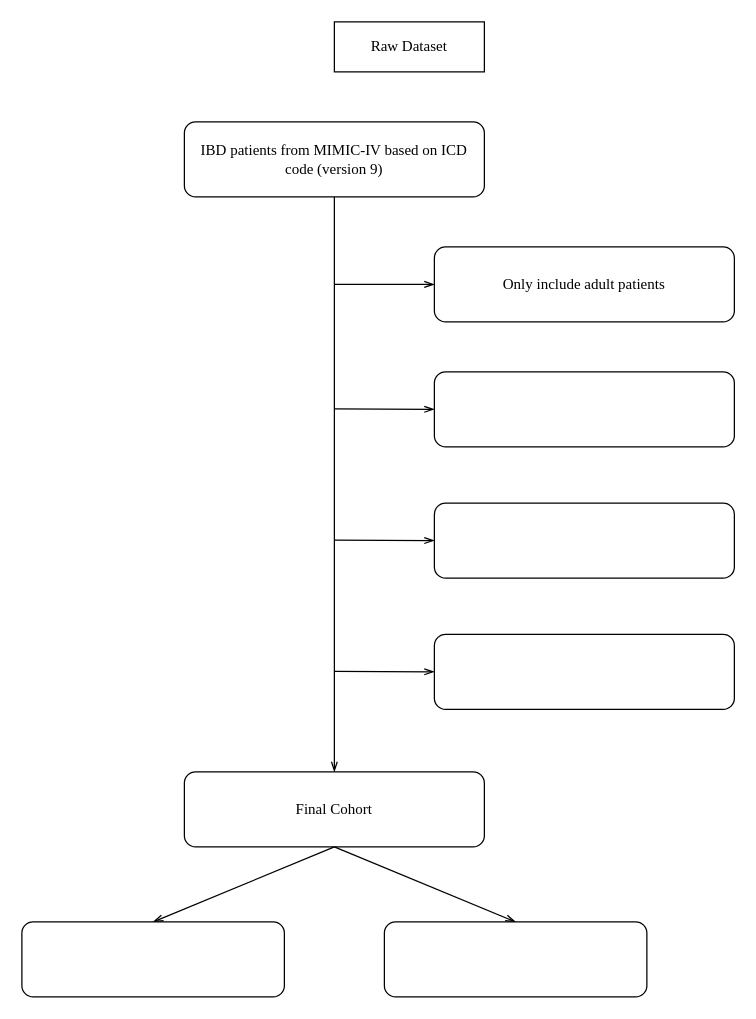
Earlier version of the draw.io diagram procedures.drawio (sitdownkevin/ImageHosting). Source tidied: cells renumbered, new cells numbered last; positions are measured from the earlier drawing's top-left corner, leaving out a move shared by most shapes. Both pictures are drawn from the tidied source at 125%, with x=0, y=0 at pixel (21, 21).
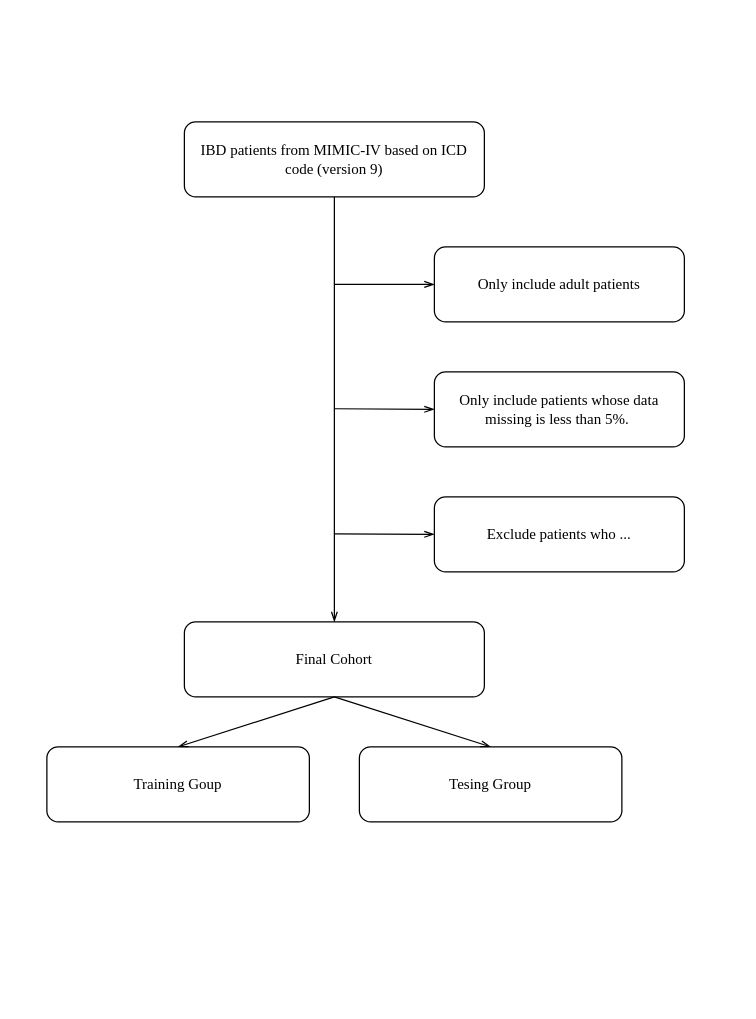
After the change.

The change refers to these unchanged cells:
```xml
<mxCell id="3" value="IBD patients from MIMIC-IV based on ICD code (version 9)" style="rounded=1;whiteSpace=wrap;html=1;fontFamily=Times New Roman;" parent="1" vertex="1">
  <mxGeometry x="130" y="80" width="240" height="60" as="geometry" />
</mxCell>
```

The edit, as a diff of the source:
```diff
@@
-    <mxCell id="2" style="rounded=0;jettySize=auto;html=1;endArrow=openThin;endFill=0;" parent="1" edge="1" source="3" target="5">
+    <mxCell id="2" style="rounded=0;jettySize=auto;html=1;endArrow=openThin;endFill=0;fontFamily=Times New Roman;" parent="1" edge="1" source="3" target="5">
       <mxGeometry relative="1" as="geometry" />
     </mxCell>
@@
-    <mxCell id="4" value="Raw Dataset" style="rounded=0;whiteSpace=wrap;html=1;fontFamily=Times New Roman;" parent="1" vertex="1">
-      <mxGeometry x="250" width="120" height="40" as="geometry" />
-    </mxCell>
     <mxCell id="5" value="Final Cohort" style="rounded=1;whiteSpace=wrap;html=1;fontFamily=Times New Roman;" parent="1" vertex="1">
-      <mxGeometry x="130" y="600" width="240" height="60" as="geometry" />
+      <mxGeometry x="130" y="480" width="240" height="60" as="geometry" />
     </mxCell>
     <mxCell id="6" value="Only include adult patients" style="rounded=1;whiteSpace=wrap;html=1;fontFamily=Times New Roman;" parent="1" vertex="1">
-      <mxGeometry x="330" y="180" width="240" height="60" as="geometry" />
+      <mxGeometry x="330" y="180" width="200" height="60" as="geometry" />
     </mxCell>
-    <mxCell id="7" style="rounded=1;whiteSpace=wrap;html=1;" parent="1" vertex="1">
-      <mxGeometry x="330" y="280" width="240" height="60" as="geometry" />
+    <mxCell id="7" value="Only include patients whose data missing is less than 5%.&amp;nbsp;" style="rounded=1;whiteSpace=wrap;html=1;fontFamily=Times New Roman;" parent="1" vertex="1">
+      <mxGeometry x="330" y="280" width="200" height="60" as="geometry" />
     </mxCell>
-    <mxCell id="8" style="rounded=1;whiteSpace=wrap;html=1;" parent="1" vertex="1">
-      <mxGeometry x="330" y="385" width="240" height="60" as="geometry" />
-    </mxCell>
-    <mxCell id="9" style="rounded=1;whiteSpace=wrap;html=1;" parent="1" vertex="1">
-      <mxGeometry x="330" y="490" width="240" height="60" as="geometry" />
+    <mxCell id="9" value="Exclude patients who ..." style="rounded=1;whiteSpace=wrap;html=1;fontFamily=Times New Roman;" parent="1" vertex="1">
+      <mxGeometry x="330" y="380" width="200" height="60" as="geometry" />
     </mxCell>
-    <mxCell id="10" style="endArrow=openThin;html=1;rounded=0;entryX=0;entryY=0.5;entryDx=0;entryDy=0;endFill=0;" parent="1" edge="1" target="6">
+    <mxCell id="10" style="endArrow=openThin;html=1;rounded=0;entryX=0;entryY=0.5;entryDx=0;entryDy=0;endFill=0;fontFamily=Times New Roman;" parent="1" edge="1" target="6">
       <mxGeometry relative="1" as="geometry">
         <mxPoint x="250" y="210" as="sourcePoint" />
       </mxGeometry>
     </mxCell>
-    <mxCell id="11" style="endArrow=openThin;html=1;rounded=0;entryX=0;entryY=0.5;entryDx=0;entryDy=0;endFill=0;" parent="1" edge="1" target="7">
+    <mxCell id="11" style="endArrow=openThin;html=1;rounded=0;entryX=0;entryY=0.5;entryDx=0;entryDy=0;endFill=0;fontFamily=Times New Roman;" parent="1" edge="1" target="7">
       <mxGeometry relative="1" as="geometry">
         <mxPoint x="250" y="309.5" as="sourcePoint" />
       </mxGeometry>
     </mxCell>
-    <mxCell id="12" style="endArrow=openThin;html=1;rounded=0;entryX=0;entryY=0.5;entryDx=0;entryDy=0;endFill=0;" parent="1" edge="1" target="8">
-      <mxGeometry relative="1" as="geometry">
-        <mxPoint x="250" y="414.5" as="sourcePoint" />
-      </mxGeometry>
-    </mxCell>
-    <mxCell id="13" style="endArrow=openThin;html=1;rounded=0;entryX=0;entryY=0.5;entryDx=0;entryDy=0;endFill=0;" parent="1" edge="1" target="9">
-      <mxGeometry relative="1" as="geometry">
-        <mxPoint x="250" y="519.5" as="sourcePoint" />
-      </mxGeometry>
-    </mxCell>
-    <mxCell id="14" style="rounded=1;whiteSpace=wrap;html=1;" parent="1" vertex="1">
-      <mxGeometry y="720" width="210" height="60" as="geometry" />
+    <mxCell id="14" value="Training Goup" style="rounded=1;whiteSpace=wrap;html=1;fontFamily=Times New Roman;" parent="1" vertex="1">
+      <mxGeometry x="20" y="580" width="210" height="60" as="geometry" />
     </mxCell>
-    <mxCell id="15" style="rounded=1;whiteSpace=wrap;html=1;" parent="1" vertex="1">
-      <mxGeometry x="290" y="720" width="210" height="60" as="geometry" />
+    <mxCell id="15" value="Tesing Group" style="rounded=1;whiteSpace=wrap;html=1;fontFamily=Times New Roman;" parent="1" vertex="1">
+      <mxGeometry x="270" y="580" width="210" height="60" as="geometry" />
     </mxCell>
-    <mxCell id="16" style="endArrow=openThin;html=1;rounded=0;exitX=0.5;exitY=1;exitDx=0;exitDy=0;entryX=0.5;entryY=0;entryDx=0;entryDy=0;endFill=0;" parent="1" edge="1" source="5" target="14">
+    <mxCell id="16" style="endArrow=openThin;html=1;rounded=0;exitX=0.5;exitY=1;exitDx=0;exitDy=0;entryX=0.5;entryY=0;entryDx=0;entryDy=0;endFill=0;fontFamily=Times New Roman;" parent="1" edge="1" source="5" target="14">
       <mxGeometry relative="1" as="geometry" />
     </mxCell>
-    <mxCell id="17" style="endArrow=openThin;html=1;rounded=0;exitX=0.5;exitY=1;exitDx=0;exitDy=0;entryX=0.5;entryY=0;entryDx=0;entryDy=0;endFill=0;" parent="1" edge="1" source="5" target="15">
+    <mxCell id="17" style="endArrow=openThin;html=1;rounded=0;exitX=0.5;exitY=1;exitDx=0;exitDy=0;entryX=0.5;entryY=0;entryDx=0;entryDy=0;endFill=0;fontFamily=Times New Roman;" parent="1" edge="1" source="5" target="15">
       <mxGeometry relative="1" as="geometry" />
     </mxCell>
+    <mxCell id="18" style="endArrow=openThin;html=1;rounded=0;entryX=0;entryY=0.5;entryDx=0;entryDy=0;endFill=0;fontFamily=Times New Roman;" parent="1" edge="1">
+      <mxGeometry relative="1" as="geometry">
+        <mxPoint x="250" y="409.5" as="sourcePoint" />
+        <mxPoint x="330" y="410" as="targetPoint" />
+      </mxGeometry>
+    </mxCell>
```
